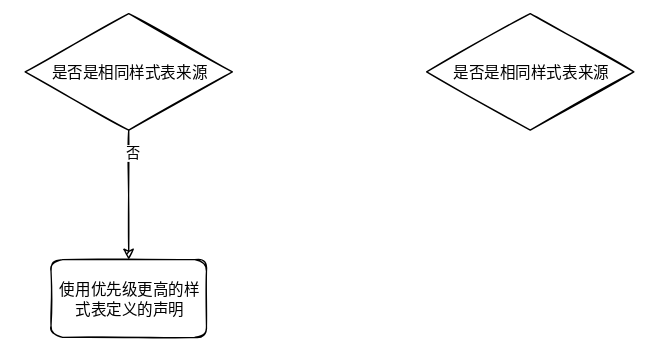
Earlier version of the draw.io export 笔记/前端/编程语言/CSS/Untitled Diagram.svg (Echo-Yanglulu/obsidianPrivateNote). Source tidied: cells renumbered, new cells last; positions are measured from the earlier drawing's top-left corner, leaving out a move shared by most shapes. Its diagram source:
```xml
<mxGraphModel>
  <root>
    <mxCell id="0" />
    <mxCell id="1" parent="0" />
    <mxCell id="2" style="edgeStyle=none;html=1;" parent="1" edge="1" source="4" target="5">
      <mxGeometry relative="1" as="geometry" />
    </mxCell>
    <mxCell id="3" value="否" style="edgeLabel;html=1;align=center;verticalAlign=middle;" parent="2" vertex="1">
      <mxGeometry x="-0.65" y="2" relative="1" as="geometry" />
    </mxCell>
    <mxCell id="4" value="是否是相同样式表来源" style="rhombus;whiteSpace=wrap;html=1;" parent="1" vertex="1">
      <mxGeometry width="160" height="90" as="geometry" />
    </mxCell>
    <mxCell id="5" value="使用优先级更高的样式表定义的声明" style="rounded=1;whiteSpace=wrap;html=1;" parent="1" vertex="1">
      <mxGeometry x="20" y="190" width="120" height="60" as="geometry" />
    </mxCell>
    <mxCell id="6" value="是否是相同样式表来源" style="rhombus;whiteSpace=wrap;html=1;" parent="1" vertex="1">
      <mxGeometry x="310" width="160" height="90" as="geometry" />
    </mxCell>
  </root>
</mxGraphModel>
```
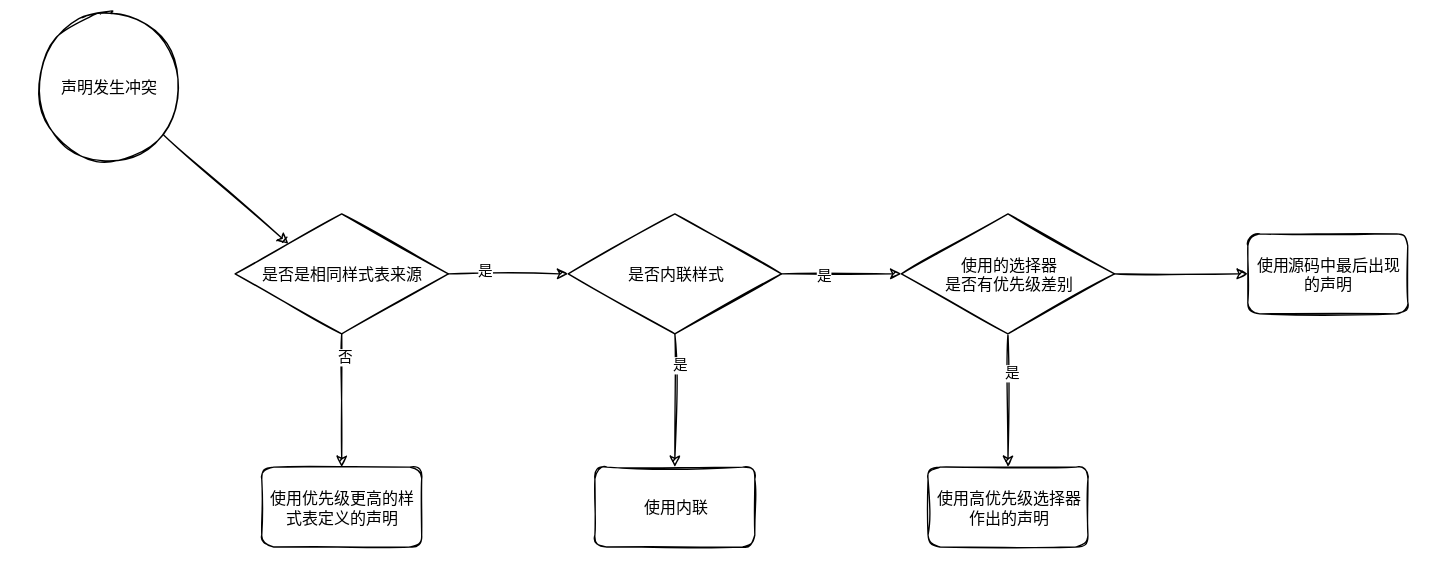
After the commit.

The edit, as a diff of the source:
```diff
@@ -8,14 +8,59 @@
     <mxCell id="3" value="否" style="edgeLabel;html=1;align=center;verticalAlign=middle;" parent="2" vertex="1">
       <mxGeometry x="-0.65" y="2" relative="1" as="geometry" />
     </mxCell>
+    <mxCell id="7" style="edgeStyle=none;html=1;entryX=0;entryY=0.5;entryDx=0;entryDy=0;" parent="1" edge="1" source="4" target="6">
+      <mxGeometry relative="1" as="geometry" />
+    </mxCell>
+    <mxCell id="8" value="是" style="edgeLabel;html=1;align=center;verticalAlign=middle;" parent="7" vertex="1">
+      <mxGeometry x="-0.41" y="3" relative="1" as="geometry" />
+    </mxCell>
     <mxCell id="4" value="是否是相同样式表来源" style="rhombus;whiteSpace=wrap;html=1;" parent="1" vertex="1">
       <mxGeometry width="160" height="90" as="geometry" />
     </mxCell>
     <mxCell id="5" value="使用优先级更高的样式表定义的声明" style="rounded=1;whiteSpace=wrap;html=1;" parent="1" vertex="1">
       <mxGeometry x="20" y="190" width="120" height="60" as="geometry" />
     </mxCell>
+    <mxCell id="9" style="edgeStyle=none;html=1;" parent="1" edge="1" source="6" target="13">
+      <mxGeometry relative="1" as="geometry" />
+    </mxCell>
+    <mxCell id="10" value="是" style="edgeLabel;html=1;align=center;verticalAlign=middle;" parent="9" vertex="1">
+      <mxGeometry x="-0.54" y="3" relative="1" as="geometry" />
+    </mxCell>
+    <mxCell id="11" style="edgeStyle=none;html=1;entryX=0;entryY=0.5;entryDx=0;entryDy=0;" parent="1" edge="1" source="6" target="17">
+      <mxGeometry relative="1" as="geometry" />
+    </mxCell>
+    <mxCell id="12" value="是" style="edgeLabel;html=1;align=center;verticalAlign=middle;" parent="11" vertex="1">
+      <mxGeometry x="-0.32" y="-1" relative="1" as="geometry" />
+    </mxCell>
-    <mxCell id="6" value="是否是相同样式表来源" style="rhombus;whiteSpace=wrap;html=1;" parent="1" vertex="1">
-      <mxGeometry x="310" width="160" height="90" as="geometry" />
+    <mxCell id="6" value="是否内联样式" style="rhombus;whiteSpace=wrap;html=1;" parent="1" vertex="1">
+      <mxGeometry x="250" width="160" height="90" as="geometry" />
     </mxCell>
+    <mxCell id="13" value="使用内联" style="rounded=1;whiteSpace=wrap;html=1;" parent="1" vertex="1">
+      <mxGeometry x="270" y="190" width="120" height="60" as="geometry" />
+    </mxCell>
+    <mxCell id="14" style="edgeStyle=none;html=1;" parent="1" edge="1" source="17" target="18">
+      <mxGeometry relative="1" as="geometry" />
+    </mxCell>
+    <mxCell id="15" value="是" style="edgeLabel;html=1;align=center;verticalAlign=middle;" parent="14" vertex="1">
+      <mxGeometry x="-0.42" y="2" relative="1" as="geometry" />
+    </mxCell>
+    <mxCell id="16" style="edgeStyle=none;html=1;entryX=0;entryY=0.5;entryDx=0;entryDy=0;" parent="1" edge="1" source="17" target="21">
+      <mxGeometry relative="1" as="geometry" />
+    </mxCell>
+    <mxCell id="17" value="使用的选择器&lt;br&gt;是否有优先级差别" style="rhombus;whiteSpace=wrap;html=1;" parent="1" vertex="1">
+      <mxGeometry x="500" width="160" height="90" as="geometry" />
+    </mxCell>
+    <mxCell id="18" value="使用高优先级选择器作出的声明" style="rounded=1;whiteSpace=wrap;html=1;" parent="1" vertex="1">
+      <mxGeometry x="520" y="190" width="120" height="60" as="geometry" />
+    </mxCell>
+    <mxCell id="19" style="edgeStyle=none;html=1;entryX=0;entryY=0;entryDx=0;entryDy=0;" parent="1" edge="1" source="20" target="4">
+      <mxGeometry relative="1" as="geometry" />
+    </mxCell>
+    <mxCell id="20" value="声明发生冲突" style="ellipse;whiteSpace=wrap;html=1;" parent="1" vertex="1">
+      <mxGeometry x="-150" y="-150" width="110" height="110" as="geometry" />
+    </mxCell>
+    <mxCell id="21" value="使用源码中最后出现的声明" style="rounded=1;whiteSpace=wrap;html=1;" parent="1" vertex="1">
+      <mxGeometry x="760" y="15" width="120" height="60" as="geometry" />
+    </mxCell>
   </root>
 </mxGraphModel>
```
